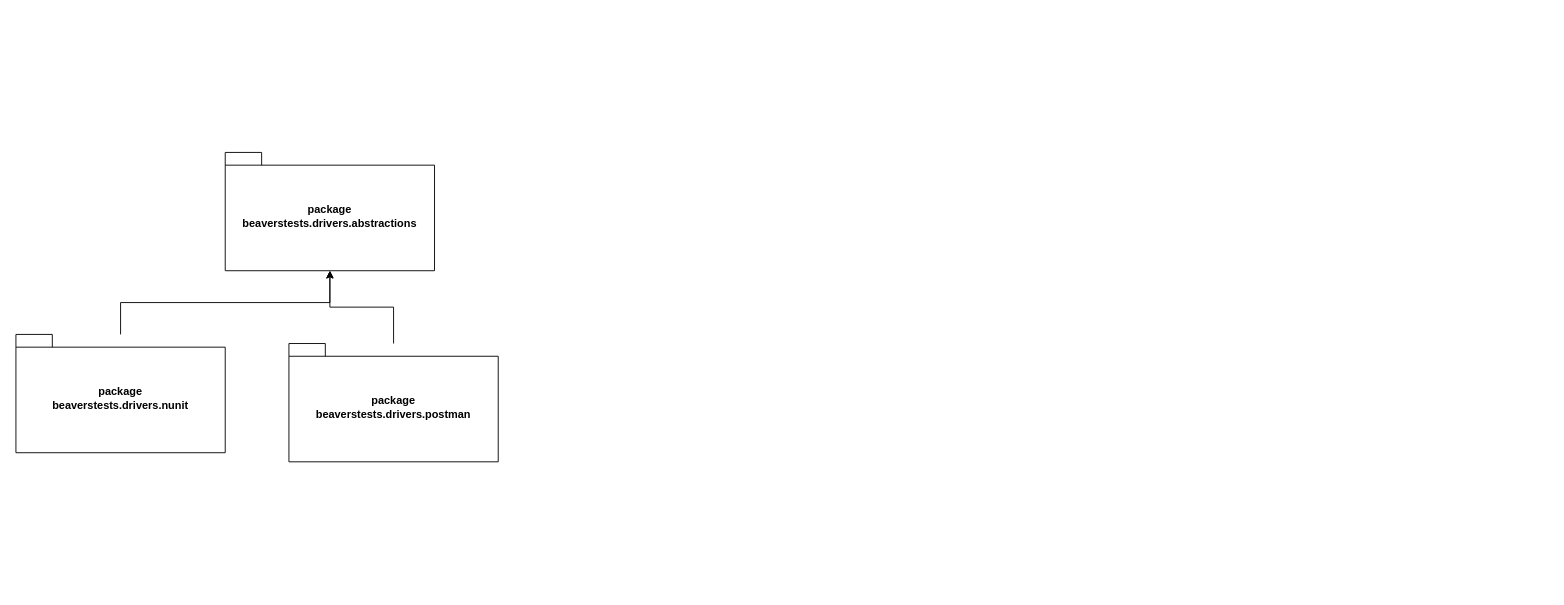
Above: page "packages, modules" (1 of 2) of docs/diagrams.drawio in magarich228/BeaversTests (draw.io), before the change. Source tidied: cells renumbered, new cells numbered last; positions are measured from the earlier drawing's top-left corner, leaving out a move shared by most shapes. Both pictures are drawn from the tidied source at 91%, with x=0, y=0 at pixel (15, 152).
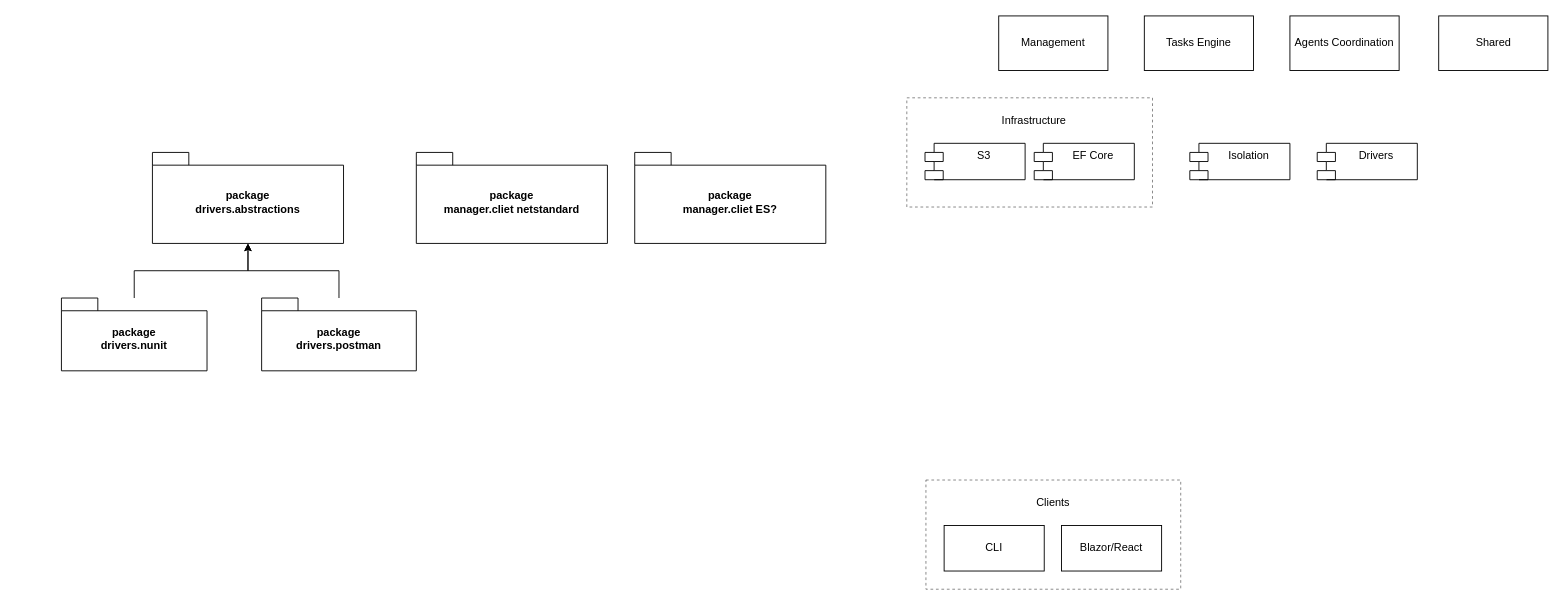
The same diagram, later.

Diff of the diagram source:
```diff
@@
-    <mxCell id="2" value="&lt;div&gt;package&lt;/div&gt;beaverstests.drivers.abstractions" style="shape=folder;fontStyle=1;spacingTop=10;tabWidth=40;tabHeight=14;tabPosition=left;html=1;whiteSpace=wrap;" parent="1" vertex="1">
-      <mxGeometry x="230" width="230" height="130" as="geometry" />
+    <mxCell id="2" value="&lt;div&gt;package&lt;/div&gt;drivers.abstractions" style="shape=folder;fontStyle=1;spacingTop=10;tabWidth=40;tabHeight=14;tabPosition=left;html=1;whiteSpace=wrap;" parent="1" vertex="1">
+      <mxGeometry x="150" width="210" height="100" as="geometry" />
     </mxCell>
-    <mxCell id="3" value="&lt;div&gt;package&lt;/div&gt;beaverstests.drivers.nunit" style="shape=folder;fontStyle=1;spacingTop=10;tabWidth=40;tabHeight=14;tabPosition=left;html=1;whiteSpace=wrap;" parent="1" vertex="1">
-      <mxGeometry y="200" width="230" height="130" as="geometry" />
+    <mxCell id="3" value="&lt;div&gt;package&lt;/div&gt;drivers.nunit" style="shape=folder;fontStyle=1;spacingTop=10;tabWidth=40;tabHeight=14;tabPosition=left;html=1;whiteSpace=wrap;" parent="1" vertex="1">
+      <mxGeometry x="50" y="160" width="160" height="80" as="geometry" />
     </mxCell>
@@
-    <mxCell id="5" value="&lt;div&gt;package&lt;/div&gt;beaverstests.drivers.postman" style="shape=folder;fontStyle=1;spacingTop=10;tabWidth=40;tabHeight=14;tabPosition=left;html=1;whiteSpace=wrap;" parent="1" vertex="1">
-      <mxGeometry x="300" y="210" width="230" height="130" as="geometry" />
+    <mxCell id="5" value="&lt;div&gt;package&lt;/div&gt;drivers.postman" style="shape=folder;fontStyle=1;spacingTop=10;tabWidth=40;tabHeight=14;tabPosition=left;html=1;whiteSpace=wrap;" parent="1" vertex="1">
+      <mxGeometry x="270" y="160" width="170" height="80" as="geometry" />
     </mxCell>
@@
+    <mxCell id="7" style="rounded=0;whiteSpace=wrap;html=1;dashed=1;opacity=50;" parent="1" vertex="1">
+      <mxGeometry x="979" y="-60" width="270" height="120" as="geometry" />
+    </mxCell>
+    <mxCell id="8" value="Infrastructure" style="text;html=1;align=center;verticalAlign=middle;whiteSpace=wrap;rounded=0;" parent="1" vertex="1">
+      <mxGeometry x="1089" y="-50" width="60" height="30" as="geometry" />
+    </mxCell>
+    <mxCell id="9" value="S3" style="shape=module;align=left;spacingLeft=20;align=center;verticalAlign=top;whiteSpace=wrap;html=1;" parent="1" vertex="1">
+      <mxGeometry x="999" y="-10" width="110" height="40" as="geometry" />
+    </mxCell>
+    <mxCell id="10" value="EF Core" style="shape=module;align=left;spacingLeft=20;align=center;verticalAlign=top;whiteSpace=wrap;html=1;" parent="1" vertex="1">
+      <mxGeometry x="1119" y="-10" width="110" height="40" as="geometry" />
+    </mxCell>
+    <mxCell id="11" value="package&lt;br&gt;manager.cliet netstandard" style="shape=folder;fontStyle=1;spacingTop=10;tabWidth=40;tabHeight=14;tabPosition=left;html=1;whiteSpace=wrap;" parent="1" vertex="1">
+      <mxGeometry x="440" width="210" height="100" as="geometry" />
+    </mxCell>
+    <mxCell id="12" style="rounded=0;whiteSpace=wrap;html=1;dashed=1;opacity=50;" parent="1" vertex="1">
+      <mxGeometry x="1000" y="360" width="280" height="120" as="geometry" />
+    </mxCell>
+    <mxCell id="13" value="Clients" style="text;html=1;align=center;verticalAlign=middle;whiteSpace=wrap;rounded=0;" parent="1" vertex="1">
+      <mxGeometry x="1110" y="370" width="60" height="30" as="geometry" />
+    </mxCell>
+    <mxCell id="14" value="package&lt;br&gt;manager.cliet ES?" style="shape=folder;fontStyle=1;spacingTop=10;tabWidth=40;tabHeight=14;tabPosition=left;html=1;whiteSpace=wrap;" parent="1" vertex="1">
+      <mxGeometry x="680" width="210" height="100" as="geometry" />
+    </mxCell>
+    <mxCell id="15" value="CLI" style="html=1;whiteSpace=wrap;" parent="1" vertex="1">
+      <mxGeometry x="1020" y="410" width="110" height="50" as="geometry" />
+    </mxCell>
+    <mxCell id="16" value="Blazor/React" style="html=1;whiteSpace=wrap;" parent="1" vertex="1">
+      <mxGeometry x="1149" y="410" width="110" height="50" as="geometry" />
+    </mxCell>
+    <mxCell id="17" value="Isolation" style="shape=module;align=left;spacingLeft=20;align=center;verticalAlign=top;whiteSpace=wrap;html=1;" parent="1" vertex="1">
+      <mxGeometry x="1290" y="-10" width="110" height="40" as="geometry" />
+    </mxCell>
+    <mxCell id="18" value="Shared" style="rounded=0;whiteSpace=wrap;html=1;" parent="1" vertex="1">
+      <mxGeometry x="1563.5" y="-150" width="120" height="60" as="geometry" />
+    </mxCell>
+    <mxCell id="19" value="Drivers" style="shape=module;align=left;spacingLeft=20;align=center;verticalAlign=top;whiteSpace=wrap;html=1;" parent="1" vertex="1">
+      <mxGeometry x="1430" y="-10" width="110" height="40" as="geometry" />
+    </mxCell>
+    <mxCell id="20" value="Management" style="rounded=0;whiteSpace=wrap;html=1;" parent="1" vertex="1">
+      <mxGeometry x="1080" y="-150" width="120" height="60" as="geometry" />
+    </mxCell>
+    <mxCell id="21" value="Tasks Engine" style="rounded=0;whiteSpace=wrap;html=1;" parent="1" vertex="1">
+      <mxGeometry x="1240" y="-150" width="120" height="60" as="geometry" />
+    </mxCell>
+    <mxCell id="22" value="Agents Coordination" style="rounded=0;whiteSpace=wrap;html=1;" parent="1" vertex="1">
+      <mxGeometry x="1400" y="-150" width="120" height="60" as="geometry" />
+    </mxCell>
```
